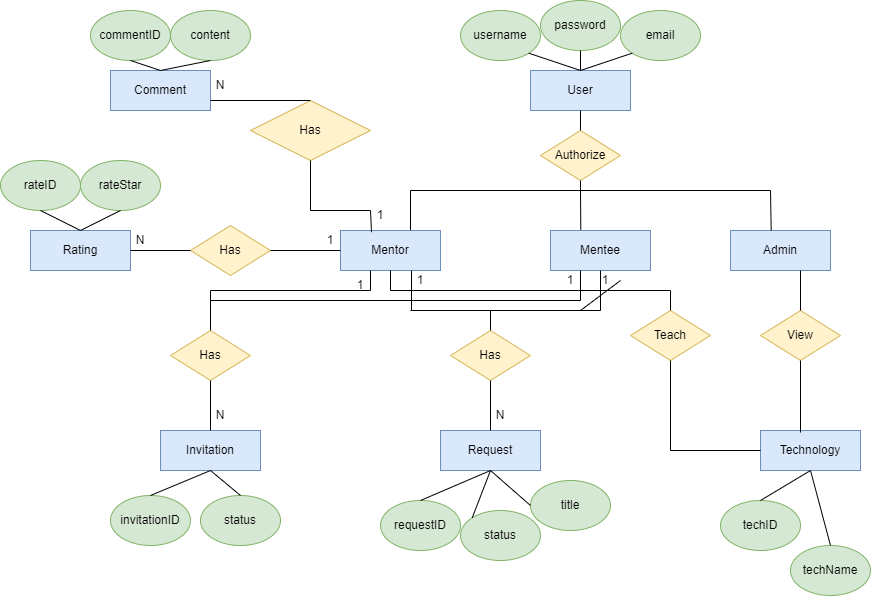
The draw.io diagram demoERD.drawio.png in dungdt23/SWP391_Document, before a commit. Source tidied: cells renumbered, new cells last; positions are measured from the earlier drawing's top-left corner, leaving out a move shared by most shapes.
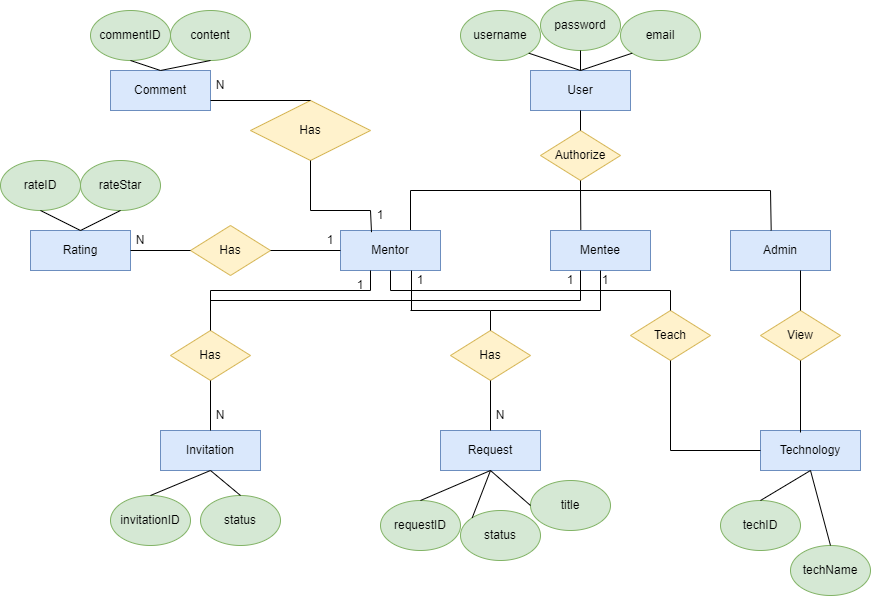
Later version of the same file.

Diff of the diagram source:
```diff
@@ -79,12 +79,6 @@
     <mxCell id="23" value="Has" style="shape=rhombus;perimeter=rhombusPerimeter;whiteSpace=wrap;html=1;align=center;fillColor=#fff2cc;strokeColor=#d6b656;" parent="1" vertex="1">
       <mxGeometry x="450" y="330" width="80" height="50" as="geometry" />
     </mxCell>
-    <mxCell id="24" style="endArrow=none;html=1;rounded=0;" parent="1" edge="1">
-      <mxGeometry relative="1" as="geometry">
-        <mxPoint x="580" y="310" as="sourcePoint" />
-        <mxPoint x="620" y="280" as="targetPoint" />
-      </mxGeometry>
-    </mxCell>
     <mxCell id="25" style="endArrow=none;html=1;rounded=0;exitX=0.5;exitY=0;exitDx=0;exitDy=0;entryX=0.5;entryY=1;entryDx=0;entryDy=0;" parent="1" edge="1" source="20" target="19">
       <mxGeometry relative="1" as="geometry" />
     </mxCell>
```
